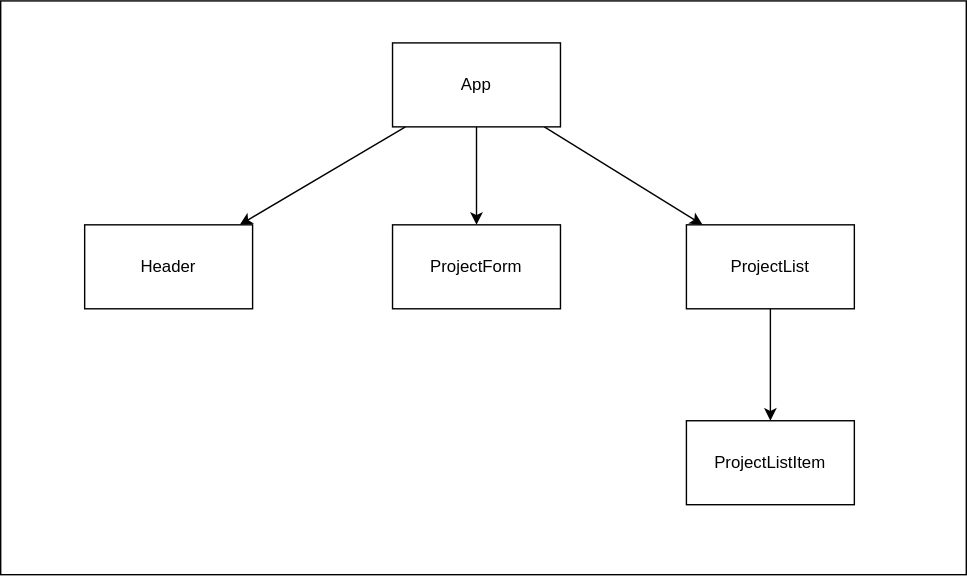
Above: 01_components_and_props/assets/component-hierarchy.drawio.svg in learn-co-curriculum/SENG-LIVE-013023-Phase-2-React (draw.io), before the change. Source tidied: cells renumbered, new cells last; positions are measured from the earlier drawing's top-left corner, leaving out a move shared by most shapes.
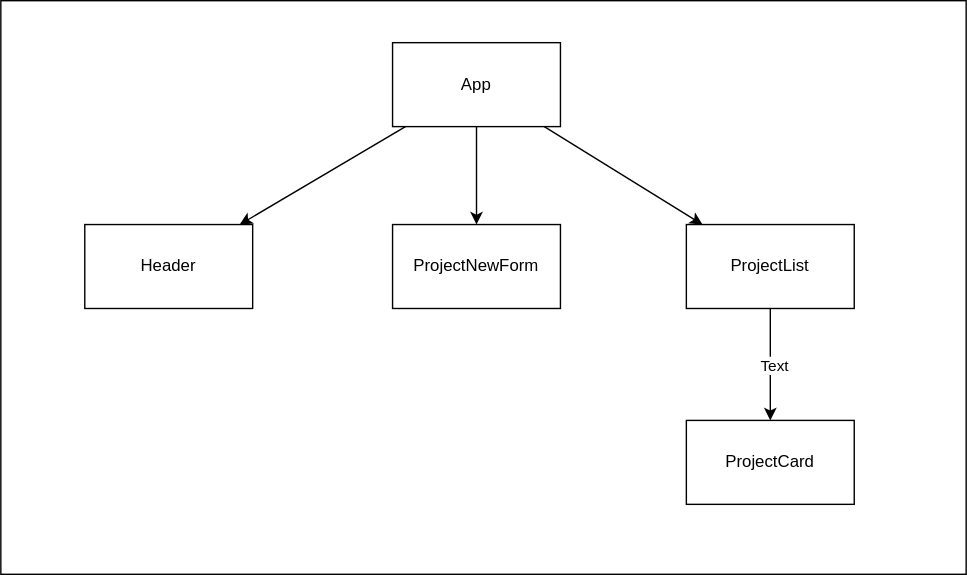
The same diagram one commit later.

What changed in the source:
```diff
@@ -21,16 +21,19 @@
     <mxCell id="8" value="Header" style="rounded=0;whiteSpace=wrap;html=1;" parent="3" vertex="1">
       <mxGeometry x="60" y="160" width="120" height="60" as="geometry" />
     </mxCell>
-    <mxCell id="9" value="ProjectForm" style="rounded=0;whiteSpace=wrap;html=1;" parent="3" vertex="1">
+    <mxCell id="9" value="ProjectNewForm" style="rounded=0;whiteSpace=wrap;html=1;" parent="3" vertex="1">
       <mxGeometry x="280" y="160" width="120" height="60" as="geometry" />
     </mxCell>
     <mxCell id="10" style="edgeStyle=none;html=1;" parent="3" edge="1" source="11" target="12">
       <mxGeometry relative="1" as="geometry" />
     </mxCell>
+    <mxCell id="13" value="Text" style="edgeLabel;html=1;align=center;verticalAlign=middle;" parent="10" vertex="1">
+      <mxGeometry x="-0.01" y="2" relative="1" as="geometry" />
+    </mxCell>
     <mxCell id="11" value="ProjectList" style="rounded=0;whiteSpace=wrap;html=1;" parent="3" vertex="1">
       <mxGeometry x="490" y="160" width="120" height="60" as="geometry" />
     </mxCell>
-    <mxCell id="12" value="ProjectListItem" style="rounded=0;whiteSpace=wrap;html=1;" parent="3" vertex="1">
+    <mxCell id="12" value="ProjectCard" style="rounded=0;whiteSpace=wrap;html=1;" parent="3" vertex="1">
       <mxGeometry x="490" y="300" width="120" height="60" as="geometry" />
     </mxCell>
   </root>
```
